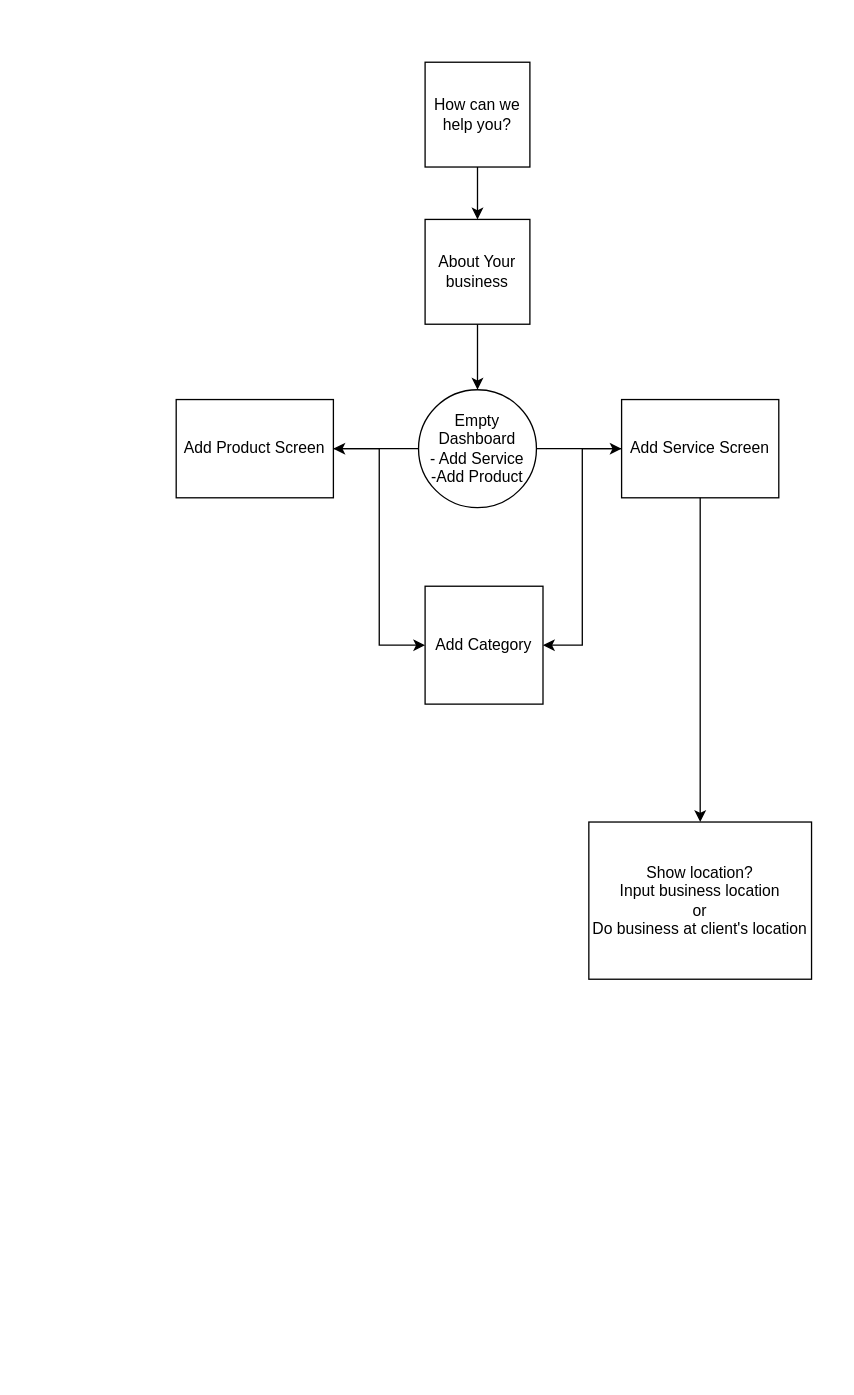
The draw.io diagram campusConnex.drawio in asarogers/diagram, before the edit. Source tidied: cells renumbered, new cells numbered last; positions are measured from the earlier drawing's top-left corner, leaving out a move shared by most shapes. Both pictures are drawn from the tidied source at 131%, with x=0, y=0 at pixel (176, 62).
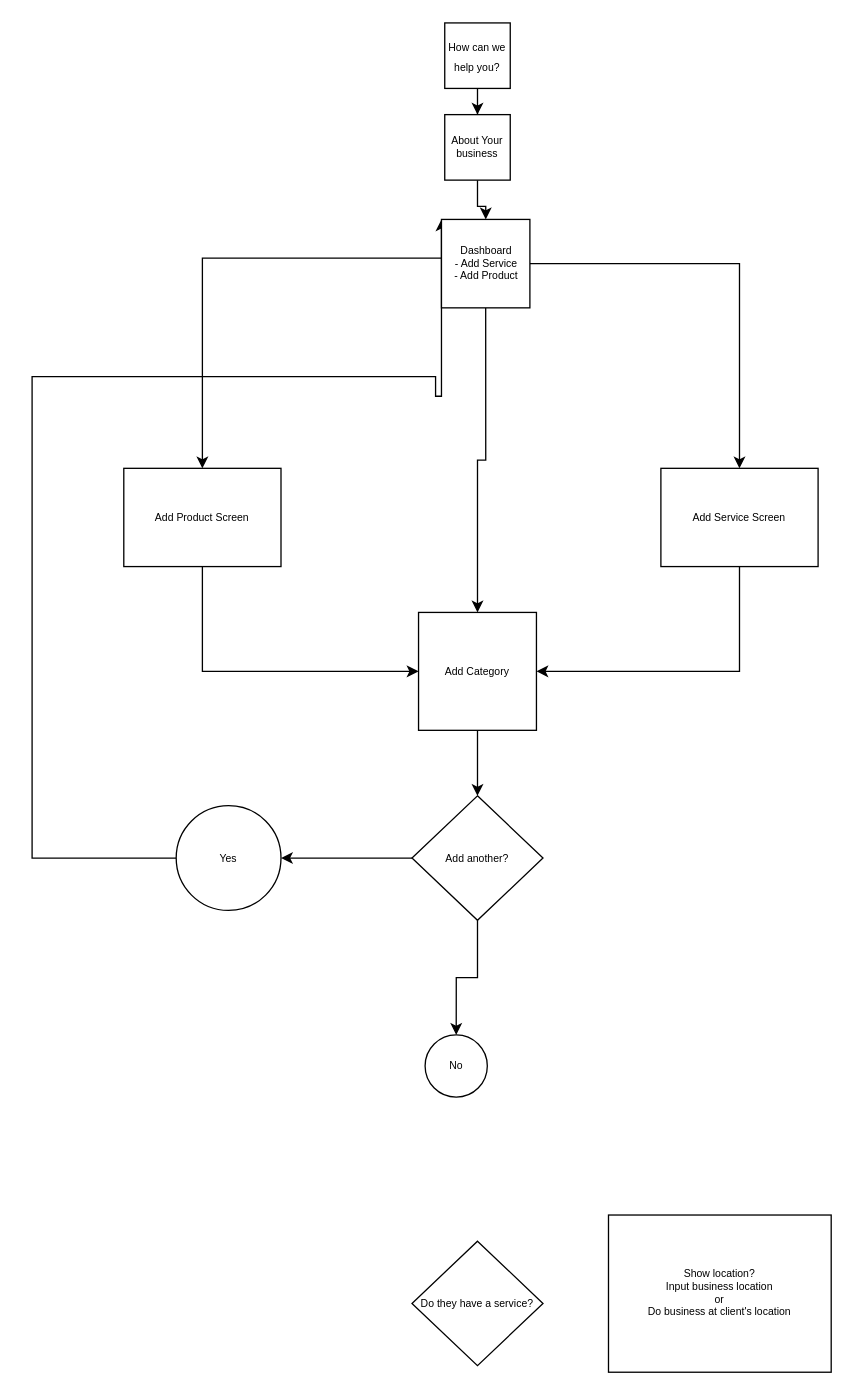
The same diagram, later.

Change to the diagram source:
```diff
@@
-    <mxCell id="3" value="How can we help you?" style="whiteSpace=wrap;html=1;" parent="1" vertex="1">
-      <mxGeometry x="190" width="80" height="80" as="geometry" />
+    <mxCell id="3" value="&lt;font style=&quot;font-size: 8px;&quot;&gt;How can we help you?&lt;/font&gt;" style="whiteSpace=wrap;html=1;" parent="1" vertex="1">
+      <mxGeometry x="205" y="-30" width="50" height="50" as="geometry" />
     </mxCell>
-    <mxCell id="4" style="edgeStyle=orthogonalEdgeStyle;rounded=0;jettySize=auto;html=1;" parent="1" edge="1" source="5" target="8">
+    <mxCell id="4" style="edgeStyle=orthogonalEdgeStyle;rounded=0;jettySize=auto;html=1;fontSize=8;" parent="1" edge="1" source="5" target="23">
       <mxGeometry relative="1" as="geometry" />
     </mxCell>
-    <mxCell id="5" value="About Your business" style="whiteSpace=wrap;html=1;" parent="1" vertex="1">
-      <mxGeometry x="190" y="120" width="80" height="80" as="geometry" />
+    <mxCell id="5" value="About Your business" style="whiteSpace=wrap;html=1;fontSize=8;" parent="1" vertex="1">
+      <mxGeometry x="205" y="40" width="50" height="50" as="geometry" />
     </mxCell>
-    <mxCell id="6" style="edgeStyle=orthogonalEdgeStyle;rounded=0;jettySize=auto;html=1;" parent="1" edge="1" source="8" target="10">
+    <mxCell id="6" style="edgeStyle=orthogonalEdgeStyle;rounded=0;jettySize=auto;html=1;fontSize=8;" parent="1" edge="1" source="23" target="10">
       <mxGeometry relative="1" as="geometry" />
     </mxCell>
-    <mxCell id="7" style="edgeStyle=orthogonalEdgeStyle;rounded=0;jettySize=auto;html=1;" parent="1" edge="1" source="8" target="13">
+    <mxCell id="7" style="edgeStyle=orthogonalEdgeStyle;rounded=0;jettySize=auto;html=1;exitX=0;exitY=0.438;exitDx=0;exitDy=0;exitPerimeter=0;fontSize=8;" parent="1" edge="1" source="23" target="13">
       <mxGeometry relative="1" as="geometry" />
     </mxCell>
-    <mxCell id="8" value="&lt;div&gt;Empty Dashboard&lt;/div&gt;&lt;div&gt;- Add Service&lt;/div&gt;&lt;div&gt;-Add Product&lt;br&gt;&lt;/div&gt;" style="ellipse;whiteSpace=wrap;html=1;" parent="1" vertex="1">
-      <mxGeometry x="185" y="250" width="90" height="90" as="geometry" />
-    </mxCell>
+    <mxCell id="16" style="edgeStyle=orthogonalEdgeStyle;rounded=0;jettySize=auto;html=1;exitX=0.5;exitY=1;exitDx=0;exitDy=0;fontSize=8;" parent="1" edge="1" source="23" target="14">
+      <mxGeometry relative="1" as="geometry" />
+    </mxCell>
-    <mxCell id="9" style="edgeStyle=orthogonalEdgeStyle;rounded=0;jettySize=auto;html=1;entryX=1;entryY=0.5;entryDx=0;entryDy=0;" parent="1" edge="1" source="10" target="14">
+    <mxCell id="9" style="edgeStyle=orthogonalEdgeStyle;rounded=0;jettySize=auto;html=1;exitX=0.5;exitY=1;exitDx=0;exitDy=0;entryX=1;entryY=0.5;entryDx=0;entryDy=0;fontSize=8;" parent="1" edge="1" source="10" target="14">
       <mxGeometry relative="1" as="geometry" />
     </mxCell>
-    <mxCell id="10" value="Add Service Screen" style="whiteSpace=wrap;html=1;" parent="1" vertex="1">
-      <mxGeometry x="340" y="257.5" width="120" height="75" as="geometry" />
+    <mxCell id="10" value="Add Service Screen" style="whiteSpace=wrap;html=1;fontSize=8;" parent="1" vertex="1">
+      <mxGeometry x="370" y="310" width="120" height="75" as="geometry" />
     </mxCell>
-    <mxCell id="11" style="edgeStyle=orthogonalEdgeStyle;rounded=0;jettySize=auto;html=1;entryX=0;entryY=0.5;entryDx=0;entryDy=0;" parent="1" edge="1" source="13" target="14">
+    <mxCell id="11" style="edgeStyle=orthogonalEdgeStyle;rounded=0;jettySize=auto;html=1;exitX=0.5;exitY=1;exitDx=0;exitDy=0;entryX=0;entryY=0.5;entryDx=0;entryDy=0;fontSize=8;" parent="1" edge="1" source="13" target="14">
       <mxGeometry relative="1" as="geometry" />
     </mxCell>
-    <mxCell id="12" style="edgeStyle=orthogonalEdgeStyle;rounded=0;jettySize=auto;html=1;exitX=0.5;exitY=1;exitDx=0;exitDy=0;" parent="1" edge="1" source="10" target="15">
-      <mxGeometry relative="1" as="geometry" />
-    </mxCell>
-    <mxCell id="13" value="Add Product Screen" style="whiteSpace=wrap;html=1;" parent="1" vertex="1">
-      <mxGeometry y="257.5" width="120" height="75" as="geometry" />
+    <mxCell id="13" value="Add Product Screen" style="whiteSpace=wrap;html=1;fontSize=8;" parent="1" vertex="1">
+      <mxGeometry x="-40" y="310" width="120" height="75" as="geometry" />
     </mxCell>
+    <mxCell id="17" style="edgeStyle=orthogonalEdgeStyle;rounded=0;jettySize=auto;html=1;fontSize=8;" parent="1" edge="1" source="14" target="20">
+      <mxGeometry relative="1" as="geometry" />
+    </mxCell>
-    <mxCell id="14" value="Add Category" style="whiteSpace=wrap;html=1;" parent="1" vertex="1">
-      <mxGeometry x="190" y="400" width="90" height="90" as="geometry" />
+    <mxCell id="14" value="Add Category" style="whiteSpace=wrap;html=1;fontSize=8;" parent="1" vertex="1">
+      <mxGeometry x="185" y="420" width="90" height="90" as="geometry" />
     </mxCell>
-    <mxCell id="15" value="Show location?&lt;br&gt;&lt;div&gt;Input business location&lt;/div&gt;&lt;div&gt;or&lt;/div&gt;&lt;div&gt;Do business at client's location&lt;br&gt;&lt;/div&gt;" style="whiteSpace=wrap;html=1;" parent="1" vertex="1">
-      <mxGeometry x="315" y="580" width="170" height="120" as="geometry" />
+    <mxCell id="15" value="Show location?&lt;br style=&quot;font-size: 8px;&quot;&gt;&lt;div style=&quot;font-size: 8px;&quot;&gt;Input business location&lt;/div&gt;&lt;div style=&quot;font-size: 8px;&quot;&gt;or&lt;/div&gt;&lt;div style=&quot;font-size: 8px;&quot;&gt;Do business at client's location&lt;br style=&quot;font-size: 8px;&quot;&gt;&lt;/div&gt;" style="whiteSpace=wrap;html=1;fontSize=8;" parent="1" vertex="1">
+      <mxGeometry x="330" y="880" width="170" height="120" as="geometry" />
     </mxCell>
+    <mxCell id="18" style="edgeStyle=orthogonalEdgeStyle;rounded=0;jettySize=auto;html=1;fontSize=8;" parent="1" edge="1" source="20" target="22">
+      <mxGeometry relative="1" as="geometry" />
+    </mxCell>
+    <mxCell id="19" style="edgeStyle=orthogonalEdgeStyle;rounded=0;jettySize=auto;html=1;fontSize=8;" parent="1" edge="1" source="20" target="24">
+      <mxGeometry relative="1" as="geometry" />
+    </mxCell>
+    <mxCell id="20" value="Add another?" style="rhombus;whiteSpace=wrap;html=1;fontSize=8;" parent="1" vertex="1">
+      <mxGeometry x="180" y="560" width="100" height="95" as="geometry" />
+    </mxCell>
+    <mxCell id="21" style="edgeStyle=orthogonalEdgeStyle;rounded=0;jettySize=auto;html=1;exitX=0;exitY=0.5;exitDx=0;exitDy=0;entryX=0;entryY=0;entryDx=0;entryDy=0;fontSize=8;" parent="1" edge="1" source="22" target="23">
+      <mxGeometry relative="1" as="geometry">
+        <Array as="points">
+          <mxPoint x="-110" y="608" />
+          <mxPoint x="-110" y="240" />
+          <mxPoint x="198" y="240" />
+          <mxPoint x="198" y="255" />
+        </Array>
+      </mxGeometry>
+    </mxCell>
+    <mxCell id="22" value="Yes" style="ellipse;whiteSpace=wrap;html=1;fontSize=8;" parent="1" vertex="1">
+      <mxGeometry y="567.5" width="80" height="80" as="geometry" />
+    </mxCell>
+    <mxCell id="23" value="&lt;div style=&quot;font-size: 8px;&quot;&gt;Dashboard&lt;/div&gt;&lt;div style=&quot;font-size: 8px;&quot;&gt;- Add Service&lt;/div&gt;&lt;div style=&quot;font-size: 8px;&quot;&gt;- Add Product&lt;br style=&quot;font-size: 8px;&quot;&gt;&lt;/div&gt;" style="whiteSpace=wrap;html=1;fontSize=8;" parent="1" vertex="1">
+      <mxGeometry x="202.5" y="120" width="67.5" height="67.5" as="geometry" />
+    </mxCell>
+    <mxCell id="24" value="No" style="ellipse;whiteSpace=wrap;html=1;fontSize=8;" parent="1" vertex="1">
+      <mxGeometry x="190" y="742.5" width="47.5" height="47.5" as="geometry" />
+    </mxCell>
+    <mxCell id="25" value="Do they have a service?" style="rhombus;whiteSpace=wrap;html=1;fontSize=8;" parent="1" vertex="1">
+      <mxGeometry x="180" y="900" width="100" height="95" as="geometry" />
+    </mxCell>
```
